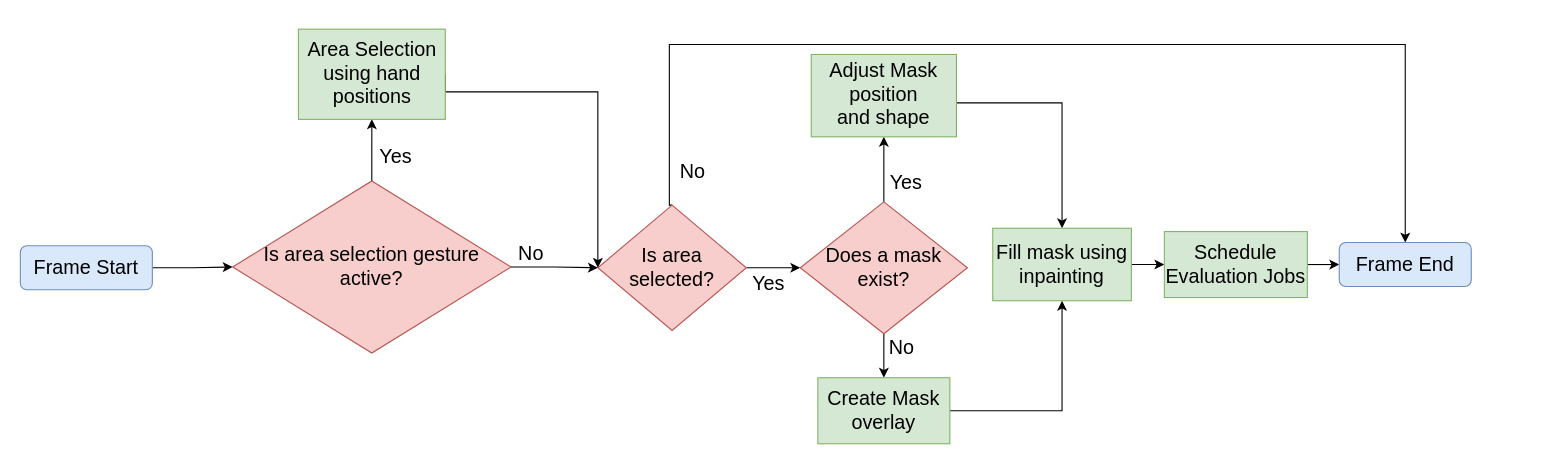
The draw.io diagram Thesis/documents/HgbThesisEN/images/Workflow.drawio in Shebbyy/InpaintAR, before the edit. Source tidied: cells renumbered, new cells numbered last; positions are measured from the earlier drawing's top-left corner, leaving out a move shared by most shapes. Both pictures are drawn from the tidied source at 110%, with x=0, y=0 at pixel (20, 29).
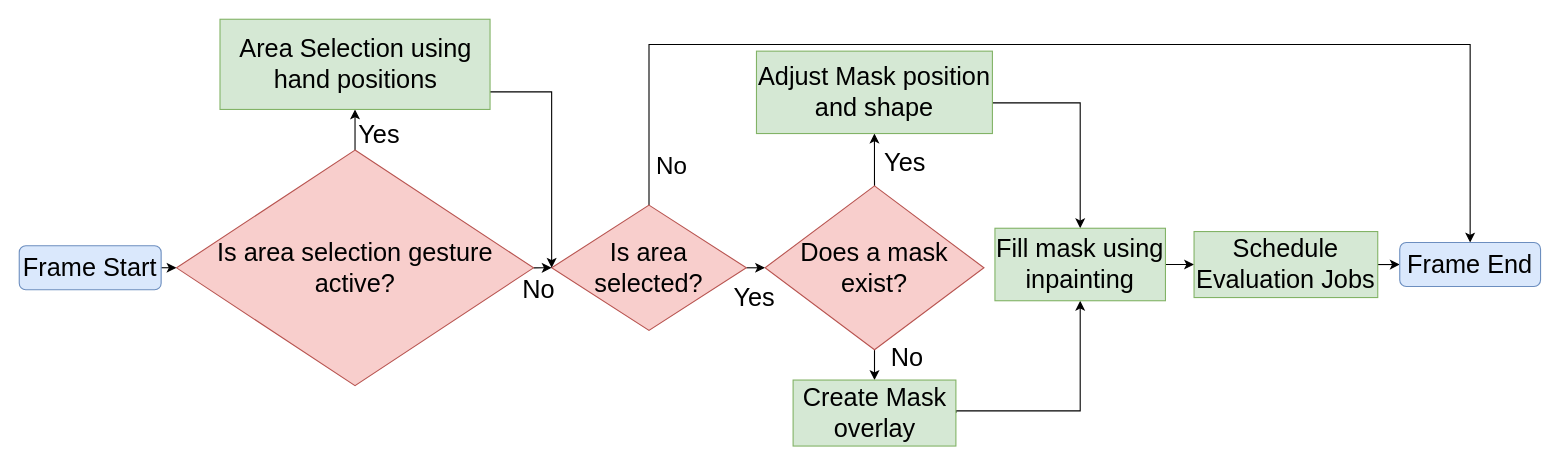
Above is the later version.

Commit message (it also covers changes not shown here):
Improved sketches and diagrams to be more readable

Unchanged cells that the change refers to:
```xml
<mxCell id="4" style="edgeStyle=orthogonalEdgeStyle;rounded=0;jettySize=auto;html=1;exitX=1;exitY=0.5;exitDx=0;exitDy=0;entryX=0;entryY=0.5;entryDx=0;entryDy=0;" parent="1" edge="1" source="8" target="20">
  <mxGeometry relative="1" as="geometry" />
</mxCell>
<mxCell id="9" style="edgeStyle=orthogonalEdgeStyle;rounded=0;jettySize=auto;html=1;exitX=1;exitY=0.5;exitDx=0;exitDy=0;entryX=0;entryY=0.5;entryDx=0;entryDy=0;" parent="1" edge="1" source="13" target="8">
  <mxGeometry relative="1" as="geometry" />
</mxCell>
<mxCell id="11" style="edgeStyle=orthogonalEdgeStyle;rounded=0;jettySize=auto;html=1;exitX=0.5;exitY=0;exitDx=0;exitDy=0;entryX=0.5;entryY=1;entryDx=0;entryDy=0;" parent="1" edge="1" source="13" target="15">
  <mxGeometry relative="1" as="geometry" />
</mxCell>
<mxCell id="16" style="edgeStyle=orthogonalEdgeStyle;rounded=0;jettySize=auto;html=1;exitX=0.5;exitY=1;exitDx=0;exitDy=0;entryX=0.5;entryY=0;entryDx=0;entryDy=0;" parent="1" edge="1" source="20" target="22">
  <mxGeometry relative="1" as="geometry" />
</mxCell>
<mxCell id="18" style="edgeStyle=orthogonalEdgeStyle;rounded=0;jettySize=auto;html=1;exitX=0.5;exitY=0;exitDx=0;exitDy=0;entryX=0.5;entryY=1;entryDx=0;entryDy=0;" parent="1" edge="1" source="20" target="24">
  <mxGeometry relative="1" as="geometry" />
</mxCell>
```

Change to the diagram source:
```diff
@@
-    <mxCell id="3" value="&lt;div&gt;&lt;font style=&quot;font-size: 18px;&quot;&gt;Frame Start&lt;/font&gt;&lt;/div&gt;" style="rounded=1;whiteSpace=wrap;html=1;fontSize=12;glass=0;strokeWidth=1;shadow=0;fillColor=#dae8fc;strokeColor=#6c8ebf;" parent="1" vertex="1">
-      <mxGeometry y="196.9" width="120" height="40" as="geometry" />
+    <mxCell id="3" value="&lt;div&gt;&lt;font style=&quot;font-size: 23px;&quot;&gt;Frame Start&lt;/font&gt;&lt;/div&gt;" style="rounded=1;whiteSpace=wrap;html=1;fontSize=12;glass=0;strokeWidth=1;shadow=0;fillColor=#dae8fc;strokeColor=#6c8ebf;" parent="1" vertex="1">
+      <mxGeometry x="-1" y="196.9" width="129" height="40" as="geometry" />
     </mxCell>
@@
-    <mxCell id="5" value="&lt;font style=&quot;font-size: 18px;&quot;&gt;Yes&lt;/font&gt;" style="edgeLabel;html=1;align=center;verticalAlign=middle;" parent="4" vertex="1">
+    <mxCell id="5" value="&lt;font&gt;Yes&lt;/font&gt;" style="edgeLabel;html=1;align=center;verticalAlign=middle;fontSize=23;" parent="4" vertex="1">
       <mxGeometry x="-0.14" y="6" relative="1" as="geometry">
-        <mxPoint x="-2" y="21" as="offset" />
+        <mxPoint x="-1" y="33" as="offset" />
       </mxGeometry>
     </mxCell>
     <mxCell id="6" style="edgeStyle=orthogonalEdgeStyle;rounded=0;jettySize=auto;html=1;exitX=0.5;exitY=0;exitDx=0;exitDy=0;entryX=0.5;entryY=0;entryDx=0;entryDy=0;" parent="1" edge="1" source="8" target="29">
       <mxGeometry relative="1" as="geometry">
         <Array as="points">
-          <mxPoint x="590" y="160" />
-          <mxPoint x="590" y="14" />
-          <mxPoint x="1259" y="14" />
+          <mxPoint x="571" y="14" />
+          <mxPoint x="1318" y="14" />
         </Array>
       </mxGeometry>
     </mxCell>
-    <mxCell id="7" value="&lt;font style=&quot;font-size: 18px;&quot;&gt;No&lt;/font&gt;" style="edgeLabel;html=1;align=center;verticalAlign=middle;" parent="6" vertex="1">
+    <mxCell id="7" value="&lt;font style=&quot;font-size: 22px;&quot;&gt;No&lt;/font&gt;" style="edgeLabel;html=1;align=center;verticalAlign=middle;" parent="6" vertex="1">
       <mxGeometry x="-0.91" y="-4" relative="1" as="geometry">
         <mxPoint x="16" y="12" as="offset" />
       </mxGeometry>
     </mxCell>
-    <mxCell id="8" value="&lt;font style=&quot;font-size: 18px;&quot;&gt;Is area selected?&lt;/font&gt;" style="rhombus;whiteSpace=wrap;html=1;fillColor=#f8cecc;strokeColor=#b85450;" parent="1" vertex="1">
-      <mxGeometry x="525" y="160" width="135" height="113.9" as="geometry" />
+    <mxCell id="8" value="&lt;font style=&quot;font-size: 23px;&quot;&gt;Is area selected?&lt;/font&gt;" style="rhombus;whiteSpace=wrap;html=1;fillColor=#f8cecc;strokeColor=#b85450;" parent="1" vertex="1">
+      <mxGeometry x="483" y="160" width="177" height="113.9" as="geometry" />
     </mxCell>
@@
-    <mxCell id="10" value="&lt;font style=&quot;font-size: 18px;&quot;&gt;No&lt;/font&gt;" style="edgeLabel;html=1;align=center;verticalAlign=middle;" parent="9" vertex="1">
+    <mxCell id="10" value="&lt;font&gt;No&lt;/font&gt;" style="edgeLabel;html=1;align=center;verticalAlign=middle;fontSize=23;" parent="9" vertex="1">
       <mxGeometry x="-0.02" y="5" relative="1" as="geometry">
-        <mxPoint x="-22" y="-8" as="offset" />
+        <mxPoint x="-4" y="25" as="offset" />
       </mxGeometry>
     </mxCell>
@@
-    <mxCell id="12" value="&lt;font style=&quot;font-size: 18px;&quot;&gt;Yes&lt;/font&gt;" style="edgeLabel;html=1;align=center;verticalAlign=middle;" parent="11" vertex="1">
+    <mxCell id="12" value="&lt;font&gt;Yes&lt;/font&gt;" style="edgeLabel;html=1;align=center;verticalAlign=middle;fontSize=23;" parent="11" vertex="1">
       <mxGeometry x="-0.06" y="2" relative="1" as="geometry">
         <mxPoint x="23" y="3" as="offset" />
       </mxGeometry>
     </mxCell>
-    <mxCell id="13" value="&lt;font style=&quot;font-size: 18px;&quot;&gt;Is area selection gesture active?&lt;/font&gt;" style="rhombus;whiteSpace=wrap;html=1;fillColor=#f8cecc;strokeColor=#b85450;" parent="1" vertex="1">
-      <mxGeometry x="193" y="138" width="253" height="156.4" as="geometry" />
+    <mxCell id="13" value="&lt;font style=&quot;font-size: 23px;&quot;&gt;Is area selection gesture active?&lt;/font&gt;" style="rhombus;whiteSpace=wrap;html=1;fillColor=#f8cecc;strokeColor=#b85450;" parent="1" vertex="1">
+      <mxGeometry x="142" y="109.9" width="324.5" height="214.2" as="geometry" />
     </mxCell>
     <mxCell id="14" style="edgeStyle=orthogonalEdgeStyle;rounded=0;jettySize=auto;html=1;exitX=1;exitY=0.5;exitDx=0;exitDy=0;entryX=0;entryY=0.5;entryDx=0;entryDy=0;" parent="1" edge="1" source="15" target="8">
       <mxGeometry relative="1" as="geometry">
         <Array as="points">
-          <mxPoint x="525" y="57" />
+          <mxPoint x="386" y="57" />
+          <mxPoint x="483" y="57" />
         </Array>
       </mxGeometry>
     </mxCell>
-    <mxCell id="15" value="&lt;font style=&quot;font-size: 18px;&quot;&gt;Area Selection using hand positions&lt;/font&gt;" style="rounded=0;whiteSpace=wrap;html=1;fillColor=#d5e8d4;strokeColor=#82b366;" parent="1" vertex="1">
-      <mxGeometry x="252.8" width="133.5" height="82" as="geometry" />
+    <mxCell id="15" value="&lt;font style=&quot;font-size: 23px;&quot;&gt;Area Selection using hand positions&lt;/font&gt;" style="rounded=0;whiteSpace=wrap;html=1;fillColor=#d5e8d4;strokeColor=#82b366;" parent="1" vertex="1">
+      <mxGeometry x="181.5" y="-9" width="245.5" height="82" as="geometry" />
     </mxCell>
@@
-    <mxCell id="17" value="&lt;font style=&quot;font-size: 18px;&quot;&gt;No&lt;/font&gt;" style="edgeLabel;html=1;align=center;verticalAlign=middle;" parent="16" vertex="1">
+    <mxCell id="17" value="&lt;font&gt;No&lt;/font&gt;" style="edgeLabel;html=1;align=center;verticalAlign=middle;fontSize=23;" parent="16" vertex="1">
       <mxGeometry x="-0.64" y="6" relative="1" as="geometry">
-        <mxPoint x="9" y="6" as="offset" />
+        <mxPoint x="23" y="2" as="offset" />
       </mxGeometry>
     </mxCell>
@@
-    <mxCell id="19" value="&lt;font style=&quot;font-size: 18px;&quot;&gt;Yes&lt;/font&gt;" style="edgeLabel;html=1;align=center;verticalAlign=middle;" parent="18" vertex="1">
+    <mxCell id="19" value="&lt;font&gt;Yes&lt;/font&gt;" style="edgeLabel;html=1;align=center;verticalAlign=middle;fontSize=23;" parent="18" vertex="1">
       <mxGeometry x="-0.31" y="-2" relative="1" as="geometry">
-        <mxPoint x="17" y="2" as="offset" />
+        <mxPoint x="25" y="-6" as="offset" />
       </mxGeometry>
     </mxCell>
-    <mxCell id="20" value="&lt;font style=&quot;font-size: 18px;&quot;&gt;Does a mask exist?&lt;/font&gt;" style="rhombus;whiteSpace=wrap;html=1;fillColor=#f8cecc;strokeColor=#b85450;" parent="1" vertex="1">
-      <mxGeometry x="709" y="157" width="152" height="119.9" as="geometry" />
+    <mxCell id="20" value="&lt;font style=&quot;font-size: 23px;&quot;&gt;Does a mask exist?&lt;/font&gt;" style="rhombus;whiteSpace=wrap;html=1;fillColor=#f8cecc;strokeColor=#b85450;" parent="1" vertex="1">
+      <mxGeometry x="677" y="142.5" width="199" height="148.9" as="geometry" />
     </mxCell>
     <mxCell id="21" style="edgeStyle=orthogonalEdgeStyle;rounded=0;jettySize=auto;html=1;exitX=1;exitY=0.5;exitDx=0;exitDy=0;entryX=0.5;entryY=1;entryDx=0;entryDy=0;" parent="1" edge="1" source="22" target="26">
       <mxGeometry relative="1" as="geometry">
         <Array as="points">
-          <mxPoint x="947" y="347" />
+          <mxPoint x="835" y="347" />
+          <mxPoint x="923" y="347" />
         </Array>
       </mxGeometry>
     </mxCell>
-    <mxCell id="22" value="&lt;font style=&quot;font-size: 18px;&quot;&gt;Create Mask overlay&lt;/font&gt;" style="rounded=0;whiteSpace=wrap;html=1;fillColor=#d5e8d4;strokeColor=#82b366;" parent="1" vertex="1">
-      <mxGeometry x="725" y="316.9" width="120" height="60" as="geometry" />
+    <mxCell id="22" value="&lt;font style=&quot;font-size: 23px;&quot;&gt;Create Mask overlay&lt;/font&gt;" style="rounded=0;whiteSpace=wrap;html=1;fillColor=#d5e8d4;strokeColor=#82b366;" parent="1" vertex="1">
+      <mxGeometry x="702.5" y="319" width="148" height="60" as="geometry" />
     </mxCell>
     <mxCell id="23" style="edgeStyle=orthogonalEdgeStyle;rounded=0;jettySize=auto;html=1;exitX=1;exitY=0.5;exitDx=0;exitDy=0;entryX=0.5;entryY=0;entryDx=0;entryDy=0;" parent="1" edge="1" source="24" target="26">
       <mxGeometry relative="1" as="geometry">
         <Array as="points">
+          <mxPoint x="859" y="57" />
+          <mxPoint x="859" y="61" />
+          <mxPoint x="851" y="61" />
           <mxPoint x="851" y="67" />
-          <mxPoint x="947" y="67" />
+          <mxPoint x="964" y="67" />
+          <mxPoint x="964" y="181" />
         </Array>
       </mxGeometry>
     </mxCell>
-    <mxCell id="24" value="&lt;div&gt;&lt;font style=&quot;font-size: 18px;&quot;&gt;Adjust Mask position&lt;/font&gt;&lt;/div&gt;&lt;font style=&quot;font-size: 18px;&quot;&gt;and shape&lt;/font&gt;" style="rounded=0;whiteSpace=wrap;html=1;fillColor=#d5e8d4;strokeColor=#82b366;" parent="1" vertex="1">
-      <mxGeometry x="719" y="23" width="132" height="74.9" as="geometry" />
+    <mxCell id="24" value="&lt;div&gt;&lt;font style=&quot;font-size: 23px;&quot;&gt;Adjust Mask position&lt;/font&gt;&lt;/div&gt;&lt;font style=&quot;font-size: 23px;&quot;&gt;and shape&lt;/font&gt;" style="rounded=0;whiteSpace=wrap;html=1;fillColor=#d5e8d4;strokeColor=#82b366;" parent="1" vertex="1">
+      <mxGeometry x="669.2" y="20" width="214.5" height="74.9" as="geometry" />
     </mxCell>
@@
-    <mxCell id="26" value="&lt;font style=&quot;font-size: 18px;&quot;&gt;Fill mask using inpainting&lt;/font&gt;" style="rounded=0;whiteSpace=wrap;html=1;fillColor=#d5e8d4;strokeColor=#82b366;" parent="1" vertex="1">
-      <mxGeometry x="884" y="181" width="126" height="65.9" as="geometry" />
+    <mxCell id="26" value="&lt;font style=&quot;font-size: 23px;&quot;&gt;Fill mask using inpainting&lt;/font&gt;" style="rounded=0;whiteSpace=wrap;html=1;fillColor=#d5e8d4;strokeColor=#82b366;" parent="1" vertex="1">
+      <mxGeometry x="886" y="181" width="155" height="65.9" as="geometry" />
     </mxCell>
@@
-    <mxCell id="28" value="&lt;font style=&quot;font-size: 18px;&quot;&gt;Schedule Evaluation Jobs&lt;/font&gt;" style="rounded=0;whiteSpace=wrap;html=1;fillColor=#d5e8d4;strokeColor=#82b366;" parent="1" vertex="1">
-      <mxGeometry x="1040" y="184" width="130" height="60" as="geometry" />
+    <mxCell id="28" value="&lt;font style=&quot;font-size: 23px;&quot;&gt;Schedule Evaluation Jobs&lt;/font&gt;" style="rounded=0;whiteSpace=wrap;html=1;fillColor=#d5e8d4;strokeColor=#82b366;" parent="1" vertex="1">
+      <mxGeometry x="1067" y="184" width="167" height="60" as="geometry" />
     </mxCell>
-    <mxCell id="29" value="&lt;font style=&quot;font-size: 18px;&quot;&gt;Frame End&lt;/font&gt;" style="rounded=1;whiteSpace=wrap;html=1;fontSize=12;glass=0;strokeWidth=1;shadow=0;fillColor=#dae8fc;strokeColor=#6c8ebf;" parent="1" vertex="1">
-      <mxGeometry x="1199" y="194" width="120" height="40" as="geometry" />
+    <mxCell id="29" value="&lt;font style=&quot;font-size: 23px;&quot;&gt;Frame End&lt;/font&gt;" style="rounded=1;whiteSpace=wrap;html=1;fontSize=12;glass=0;strokeWidth=1;shadow=0;fillColor=#dae8fc;strokeColor=#6c8ebf;" parent="1" vertex="1">
+      <mxGeometry x="1254" y="194" width="128" height="40" as="geometry" />
     </mxCell>
```
